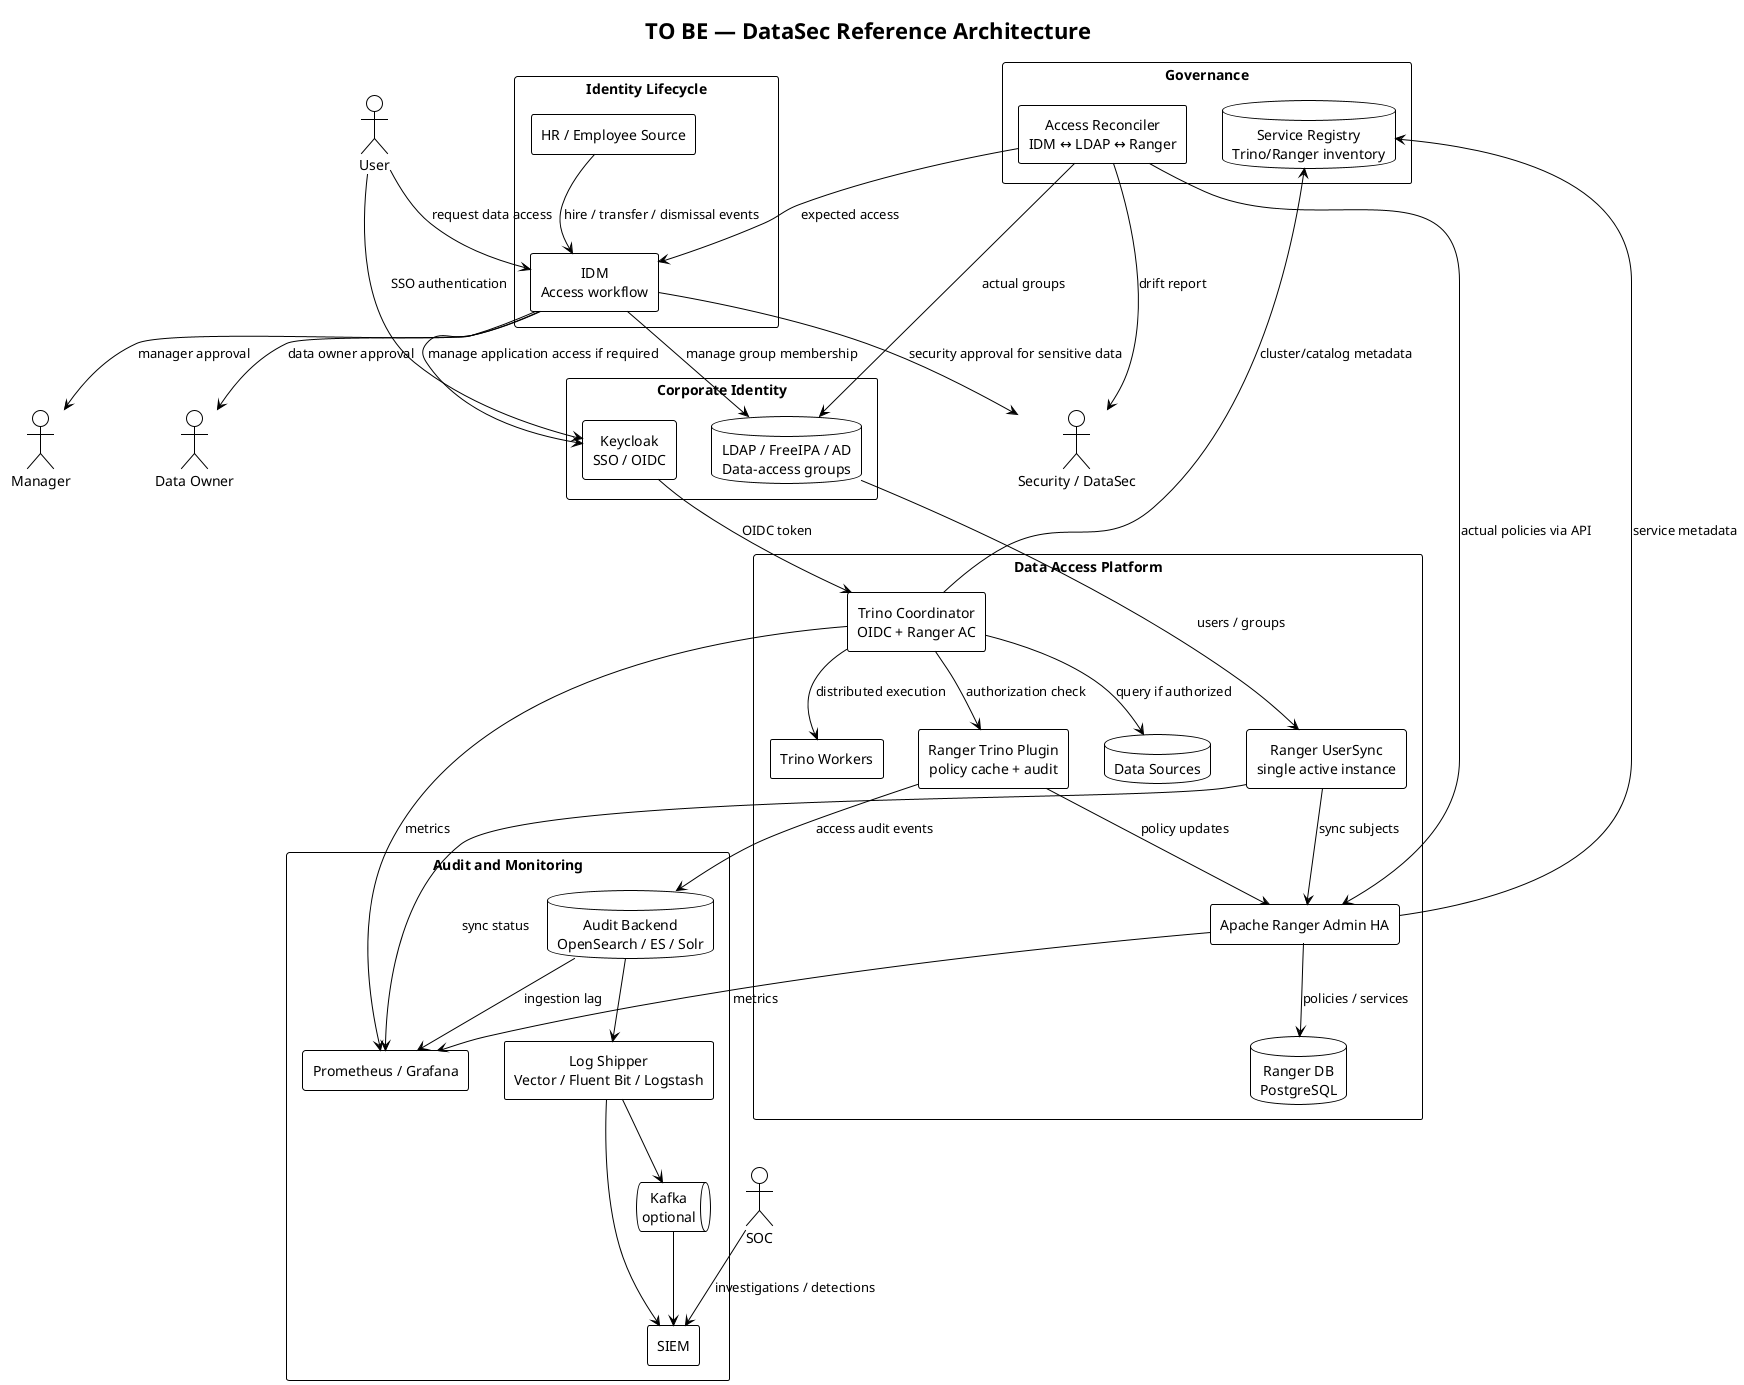
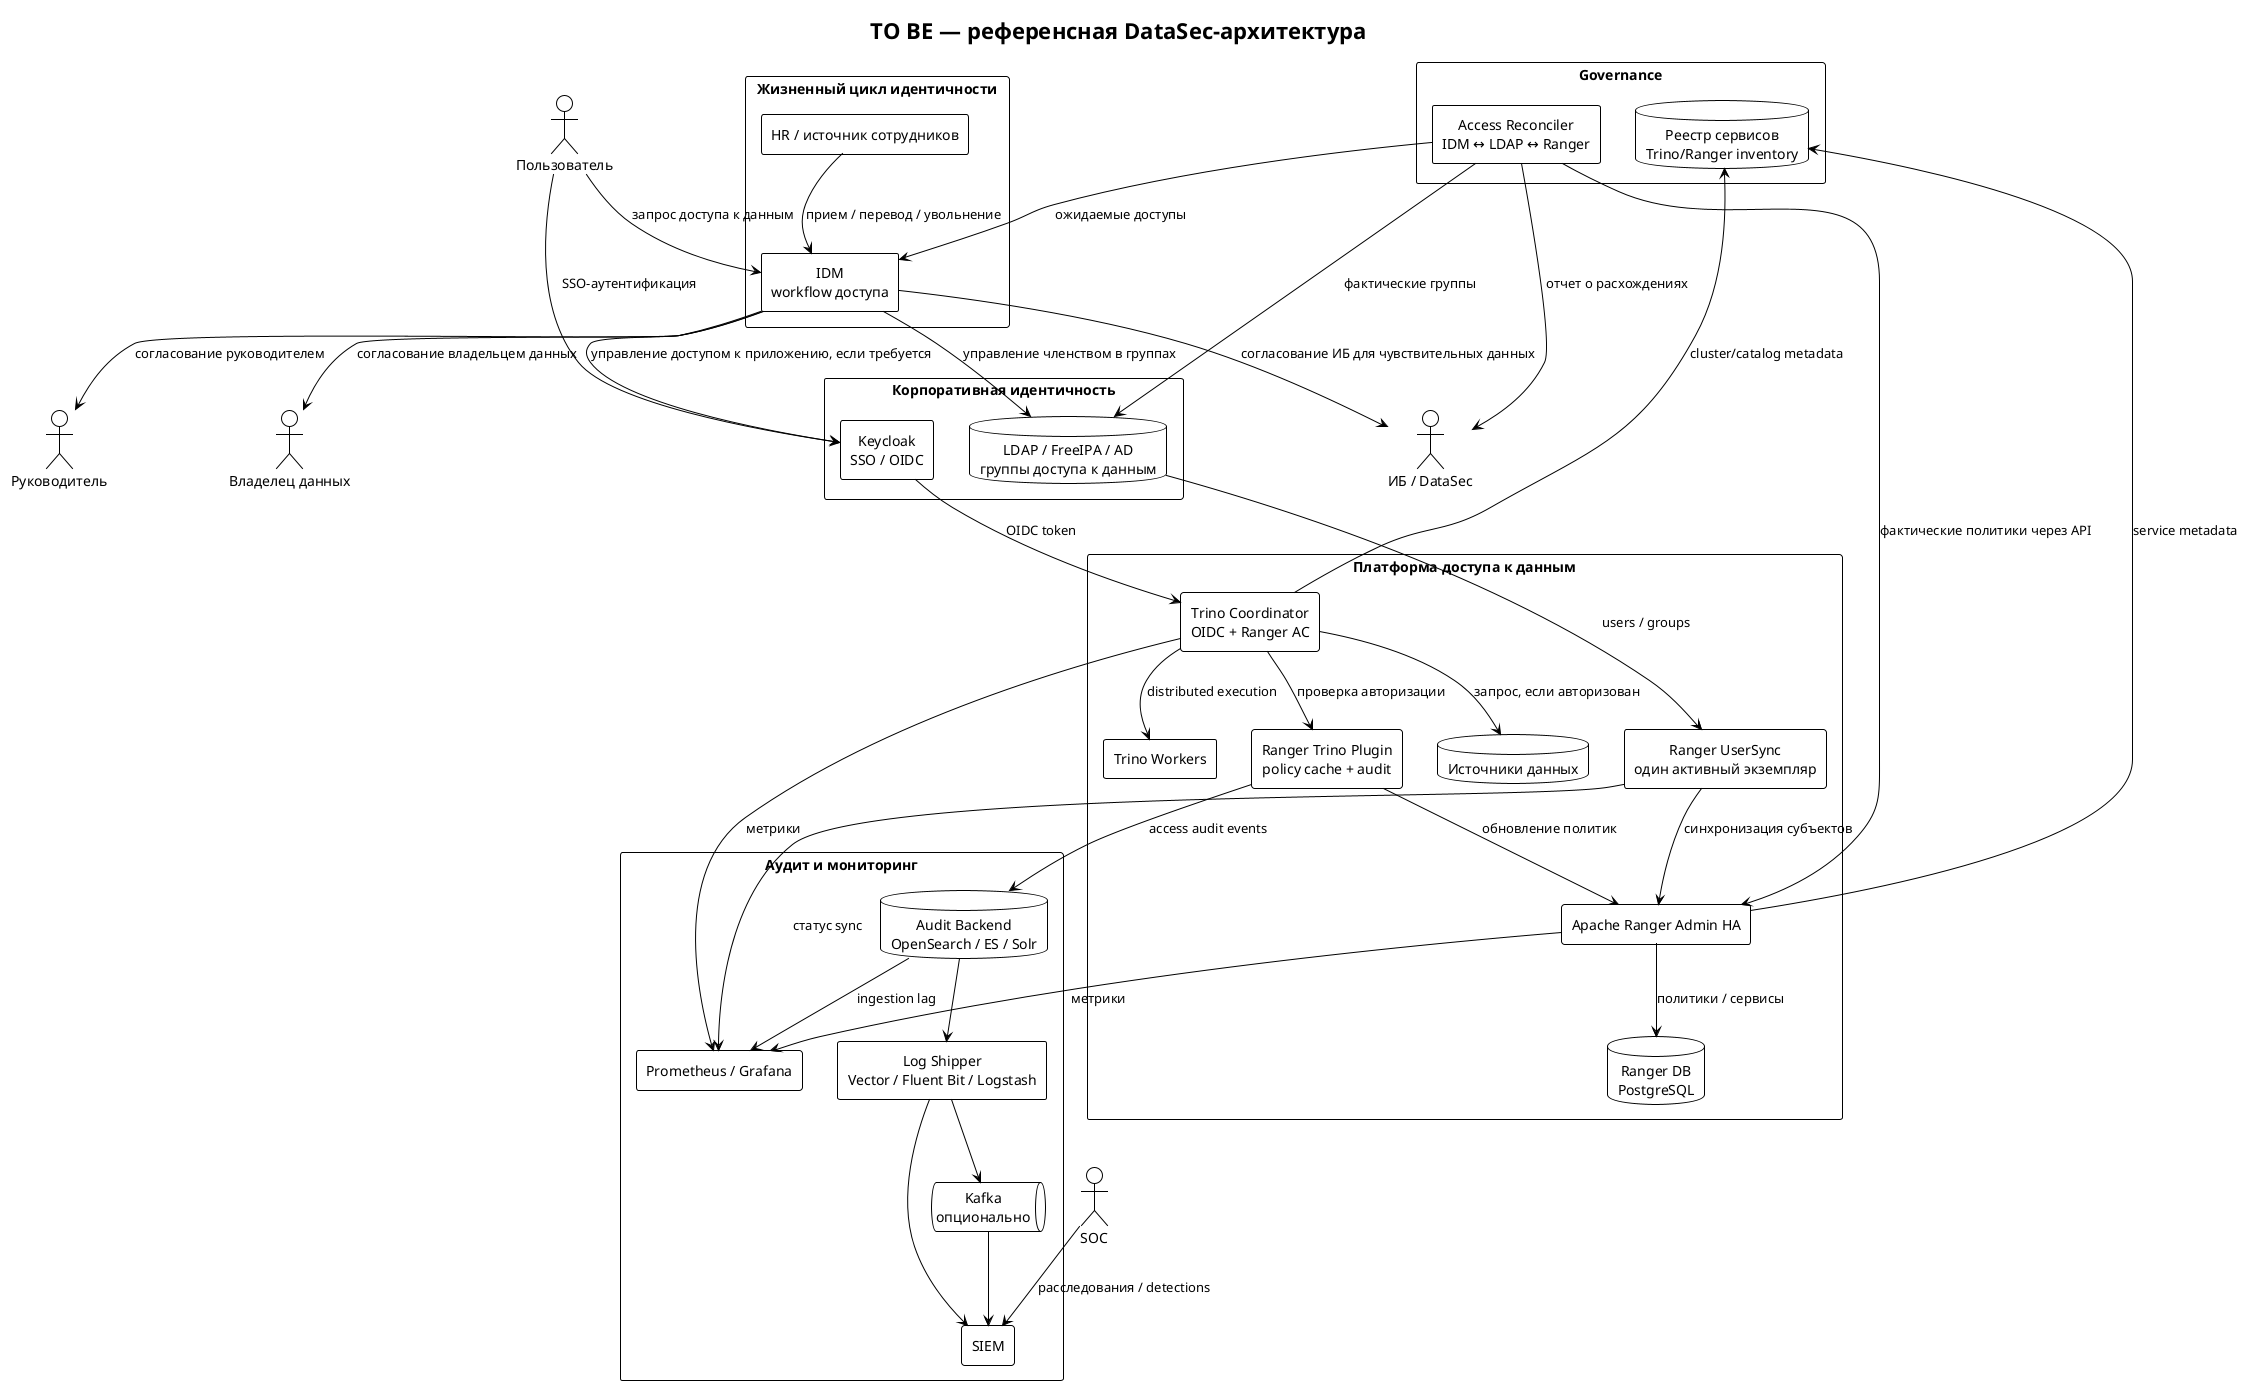
@startuml
!theme plain
skinparam componentStyle rectangle
skinparam shadowing false
skinparam packageStyle rectangle
skinparam defaultTextAlignment center

- title TO BE — DataSec Reference Architecture
+ title TO BE — референсная DataSec-архитектура

- actor "User" as User
- actor "Manager" as Manager
- actor "Data Owner" as DataOwner
- actor "Security / DataSec" as Sec
+ actor "Пользователь" as User
+ actor "Руководитель" as Manager
+ actor "Владелец данных" as DataOwner
+ actor "ИБ / DataSec" as Sec
actor "SOC" as SOC

- package "Identity Lifecycle" {
-   component "HR / Employee Source" as HR
-   component "IDM\nAccess workflow" as IDM
+ package "Жизненный цикл идентичности" {
+   component "HR / источник сотрудников" as HR
+   component "IDM\nworkflow доступа" as IDM
}

- package "Corporate Identity" {
+ package "Корпоративная идентичность" {
  component "Keycloak\nSSO / OIDC" as KC
-   database "LDAP / FreeIPA / AD\nData-access groups" as LDAP
+   database "LDAP / FreeIPA / AD\nгруппы доступа к данным" as LDAP
}

- package "Data Access Platform" {
+ package "Платформа доступа к данным" {
  component "Trino Coordinator\nOIDC + Ranger AC" as Trino
  component "Trino Workers" as Workers
  component "Apache Ranger Admin HA" as Ranger
-   component "Ranger UserSync\nsingle active instance" as UserSync
+   component "Ranger UserSync\nодин активный экземпляр" as UserSync
  database "Ranger DB\nPostgreSQL" as RangerDB
  component "Ranger Trino Plugin\npolicy cache + audit" as Plugin
-   database "Data Sources" as DS
+   database "Источники данных" as DS
}

- package "Audit and Monitoring" {
+ package "Аудит и мониторинг" {
  database "Audit Backend\nOpenSearch / ES / Solr" as Audit
  component "Log Shipper\nVector / Fluent Bit / Logstash" as Shipper
-   queue "Kafka\noptional" as Kafka
+   queue "Kafka\nопционально" as Kafka
  component "SIEM" as SIEM
  component "Prometheus / Grafana" as Mon
}

package "Governance" {
-   database "Service Registry\nTrino/Ranger inventory" as Registry
+   database "Реестр сервисов\nTrino/Ranger inventory" as Registry
  component "Access Reconciler\nIDM ↔ LDAP ↔ Ranger" as Reconciler
}

- HR --> IDM : hire / transfer / dismissal events
- User --> IDM : request data access
- IDM --> Manager : manager approval
- IDM --> DataOwner : data owner approval
- IDM --> Sec : security approval for sensitive data
- IDM --> LDAP : manage group membership
- IDM --> KC : manage application access if required
+ HR --> IDM : прием / перевод / увольнение
+ User --> IDM : запрос доступа к данным
+ IDM --> Manager : согласование руководителем
+ IDM --> DataOwner : согласование владельцем данных
+ IDM --> Sec : согласование ИБ для чувствительных данных
+ IDM --> LDAP : управление членством в группах
+ IDM --> KC : управление доступом к приложению, если требуется

- User --> KC : SSO authentication
+ User --> KC : SSO-аутентификация
KC --> Trino : OIDC token
LDAP --> UserSync : users / groups
- UserSync --> Ranger : sync subjects
- Ranger --> RangerDB : policies / services
+ UserSync --> Ranger : синхронизация субъектов
+ Ranger --> RangerDB : политики / сервисы

- Trino --> Plugin : authorization check
- Plugin --> Ranger : policy updates
+ Trino --> Plugin : проверка авторизации
+ Plugin --> Ranger : обновление политик
Trino --> Workers : distributed execution
- Trino --> DS : query if authorized
+ Trino --> DS : запрос, если авторизован

Plugin --> Audit : access audit events
Audit --> Shipper
Shipper --> Kafka
Kafka --> SIEM
Shipper --> SIEM
- SOC --> SIEM : investigations / detections
+ SOC --> SIEM : расследования / detections

- Ranger --> Mon : metrics
- Trino --> Mon : metrics
- UserSync --> Mon : sync status
+ Ranger --> Mon : метрики
+ Trino --> Mon : метрики
+ UserSync --> Mon : статус sync
Audit --> Mon : ingestion lag

Registry <-- Ranger : service metadata
Registry <-- Trino : cluster/catalog metadata
- Reconciler --> IDM : expected access
- Reconciler --> LDAP : actual groups
- Reconciler --> Ranger : actual policies via API
- Reconciler --> Sec : drift report
+ Reconciler --> IDM : ожидаемые доступы
+ Reconciler --> LDAP : фактические группы
+ Reconciler --> Ranger : фактические политики через API
+ Reconciler --> Sec : отчет о расхождениях

@enduml
